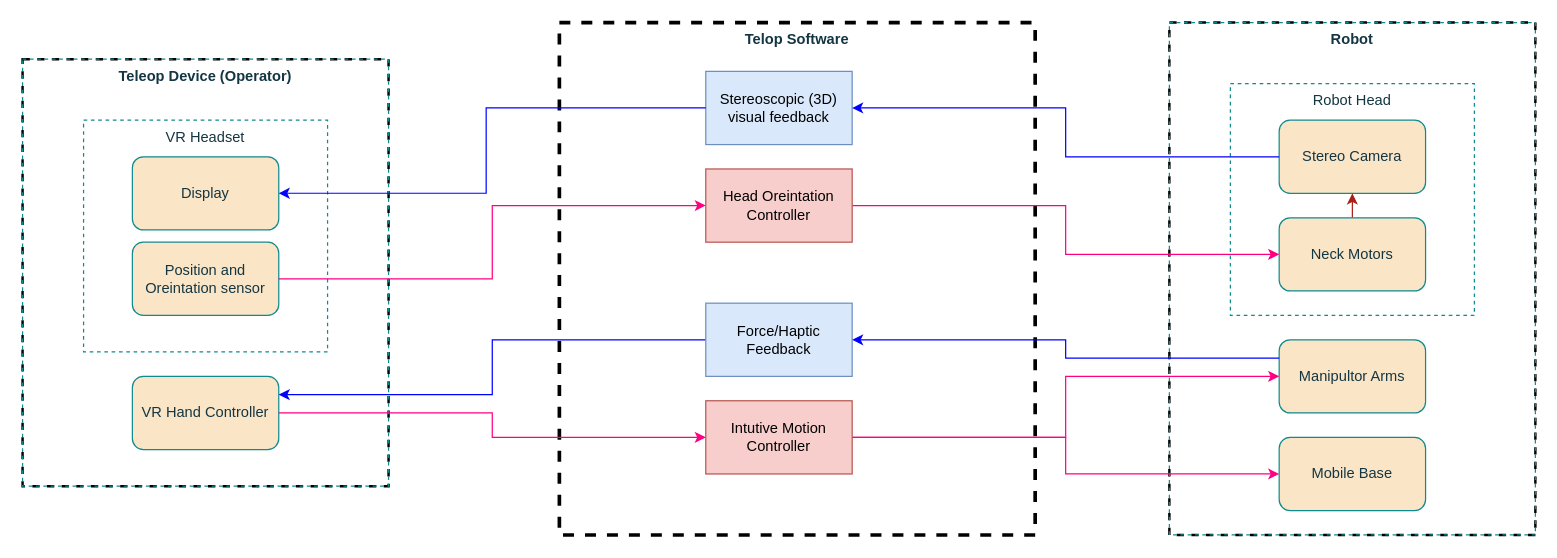
Above: Teleop.drawio in sudhirpratapyadav/diagrams (draw.io), before the change. Source tidied: cells renumbered, new cells numbered last; positions are measured from the earlier drawing's top-left corner, leaving out a move shared by most shapes. Both pictures are drawn from the tidied source at 122%, with x=0, y=0 at pixel (22, 22).
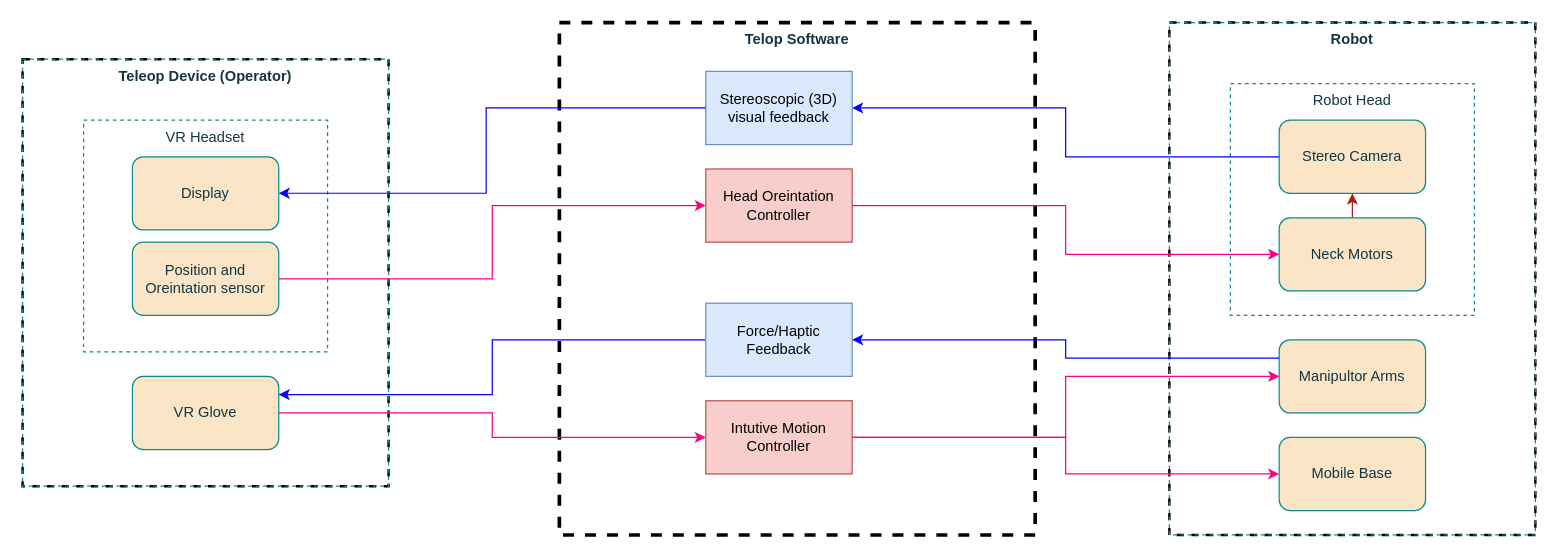
After the change.

Unchanged cells that the change refers to:
```xml
<mxCell id="2" style="group;labelBackgroundColor=none;fontColor=#143642;strokeWidth=2;strokeColor=default;dashed=1;" parent="1" vertex="1">
  <mxGeometry y="30" width="300" height="350" as="geometry" />
</mxCell>
```

Change to the diagram source:
```diff
@@
-    <mxCell id="8" value="VR Hand Controller" style="rounded=1;whiteSpace=wrap;html=1;labelBackgroundColor=none;fillColor=#FAE5C7;strokeColor=#0F8B8D;fontColor=#143642;" parent="2" vertex="1">
+    <mxCell id="8" value="VR Glove" style="rounded=1;whiteSpace=wrap;html=1;labelBackgroundColor=none;fillColor=#FAE5C7;strokeColor=#0F8B8D;fontColor=#143642;" parent="2" vertex="1">
       <mxGeometry x="90" y="260" width="120" height="60" as="geometry" />
     </mxCell>
```
